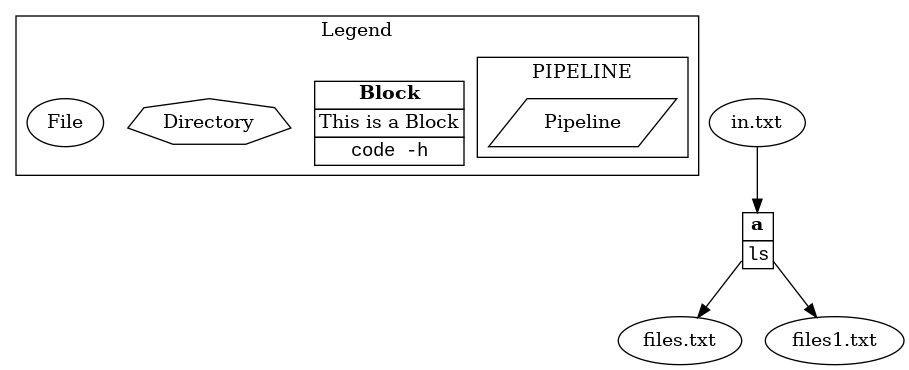
Before: examples/example/graph.png, a diagram exported from Graphviz (tivvit/yap). Its source is kept beside it as examples/example/graph.dot.
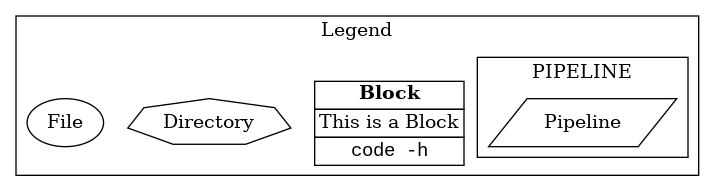
Above is the later version.

What changed in the source:
```diff
@@ -4,20 +4,13 @@
 		subgraph cluster_s0 {
 			ID = "cluster_s0";
 			label="PIPELINE";
-			n7[label="Pipeline",shape="parallelogram"];
+			n3[label="Pipeline",shape="parallelogram"];
 
 		}label="Legend";
-		n8[label=<<table border="0" cellborder="1" cellspacing="0"><tr><td><b>Block</b></td></tr><tr><td>This is a Block</td></tr><tr><td><font face="Courier New, Courier, monospace">code -h</font></td></tr></table>>,shape="plain"];
-		n6[label="Directory",shape="septagon"];
-		n5[label="File",shape="oval"];
+		n4[label=<<table border="0" cellborder="1" cellspacing="0"><tr><td><b>Block</b></td></tr><tr><td>This is a Block</td></tr><tr><td><font face="Courier New, Courier, monospace">code -h</font></td></tr></table>>,shape="plain"];
+		n2[label="Directory",shape="septagon"];
+		n1[label="File",shape="oval"];
 
 	}
-	n2[label=<<table border="0" cellborder="1" cellspacing="0"><tr><td><b>a</b></td></tr><tr><td><font face="Courier New, Courier, monospace">ls</font></td></tr></table>>,shape="plain"];
-	n1[label="files.txt",shape="oval"];
-	n4[label="files1.txt",shape="oval"];
-	n3[label="in.txt",shape="oval"];
-	n2->n1;
-	n2->n4;
-	n3->n2;
 
 }
```
